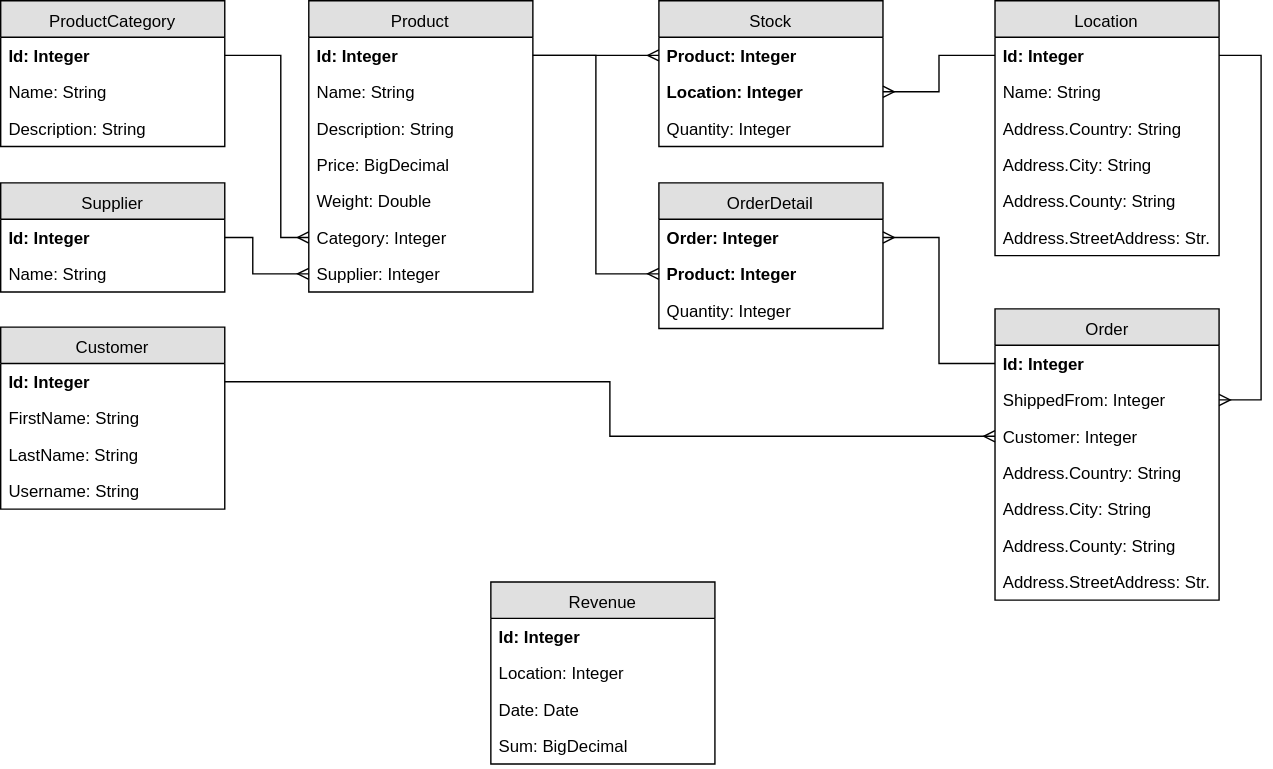
The draw.io diagram diagrams/data-model.svg in msg-CareerPaths/spring-training, before a commit. Source tidied: cells renumbered, new cells last; positions are measured from the earlier drawing's top-left corner, leaving out a move shared by most shapes.
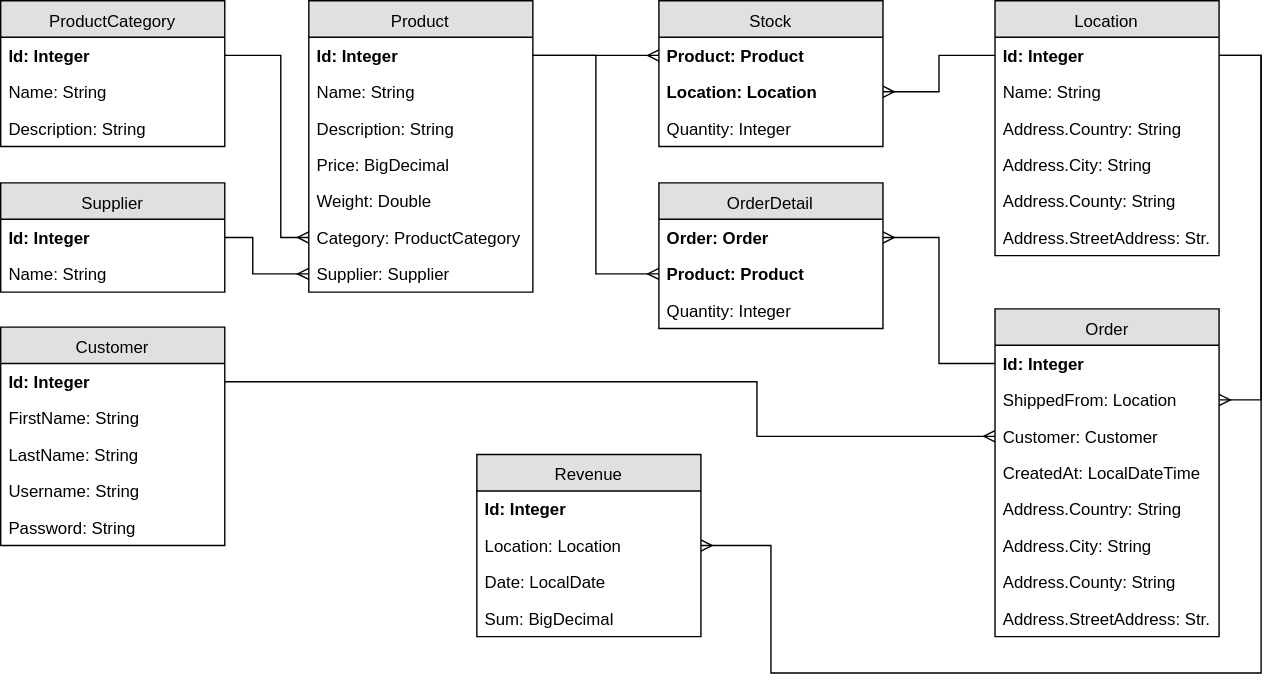
The same diagram one commit later.

Commit message:
Final adjustments to core chapters.

Change to the diagram source:
```diff
@@ -20,10 +20,10 @@
     <mxCell id="7" value="Weight: Double" style="text;strokeColor=none;fillColor=none;spacingLeft=4;spacingRight=4;overflow=hidden;" parent="2" vertex="1">
       <mxGeometry y="130" width="160" height="26" as="geometry" />
     </mxCell>
-    <mxCell id="8" value="Category: Integer" style="text;strokeColor=none;fillColor=none;spacingLeft=4;spacingRight=4;overflow=hidden;points=[[0,0.5],[1,0.5]];portConstraint=eastwest;" parent="2" vertex="1">
+    <mxCell id="8" value="Category: ProductCategory" style="text;strokeColor=none;fillColor=none;spacingLeft=4;spacingRight=4;overflow=hidden;points=[[0,0.5],[1,0.5]];portConstraint=eastwest;" parent="2" vertex="1">
       <mxGeometry y="156" width="160" height="26" as="geometry" />
     </mxCell>
-    <mxCell id="9" value="Supplier: Integer" style="text;strokeColor=none;fillColor=none;spacingLeft=4;spacingRight=4;overflow=hidden;points=[[0,0.5],[1,0.5]];portConstraint=eastwest;" parent="2" vertex="1">
+    <mxCell id="9" value="Supplier: Supplier" style="text;strokeColor=none;fillColor=none;spacingLeft=4;spacingRight=4;overflow=hidden;points=[[0,0.5],[1,0.5]];portConstraint=eastwest;" parent="2" vertex="1">
       <mxGeometry y="182" width="160" height="26" as="geometry" />
     </mxCell>
     <mxCell id="10" value="&lt;font face=&quot;Helvetica&quot;&gt;ProductCategory&lt;/font&gt;" style="swimlane;fontStyle=0;horizontal=1;startSize=26;fillColor=#e0e0e0;swimlaneFillColor=#ffffff;align=center;rounded=0;glass=0;labelBackgroundColor=none;strokeColor=#000000;strokeWidth=1;fontFamily=Times New Roman;fontSize=12;fontColor=#000000;html=1;" parent="1" vertex="1">
@@ -71,53 +71,56 @@
     <mxCell id="24" value="&lt;font face=&quot;Helvetica&quot;&gt;Stock&lt;/font&gt;" style="swimlane;fontStyle=0;horizontal=1;startSize=26;fillColor=#e0e0e0;swimlaneFillColor=#ffffff;align=center;rounded=0;glass=0;labelBackgroundColor=none;strokeColor=#000000;strokeWidth=1;fontFamily=Times New Roman;fontSize=12;fontColor=#000000;html=1;" parent="1" vertex="1">
       <mxGeometry x="470" width="160" height="104" as="geometry" />
     </mxCell>
-    <mxCell id="25" value="Product: Integer" style="text;strokeColor=none;fillColor=none;spacingLeft=4;spacingRight=4;overflow=hidden;points=[[0,0.5],[1,0.5]];portConstraint=eastwest;fontStyle=1;" parent="24" vertex="1">
+    <mxCell id="25" value="Product: Product" style="text;strokeColor=none;fillColor=none;spacingLeft=4;spacingRight=4;overflow=hidden;points=[[0,0.5],[1,0.5]];portConstraint=eastwest;fontStyle=1;" parent="24" vertex="1">
       <mxGeometry y="26" width="160" height="26" as="geometry" />
     </mxCell>
-    <mxCell id="26" value="Location: Integer" style="text;strokeColor=none;fillColor=none;spacingLeft=4;spacingRight=4;overflow=hidden;points=[[0,0.5],[1,0.5]];portConstraint=eastwest;fontStyle=1;" parent="24" vertex="1">
+    <mxCell id="26" value="Location: Location" style="text;strokeColor=none;fillColor=none;spacingLeft=4;spacingRight=4;overflow=hidden;points=[[0,0.5],[1,0.5]];portConstraint=eastwest;fontStyle=1;" parent="24" vertex="1">
       <mxGeometry y="52" width="160" height="26" as="geometry" />
     </mxCell>
     <mxCell id="27" value="Quantity: Integer" style="text;strokeColor=none;fillColor=none;spacingLeft=4;spacingRight=4;overflow=hidden;" parent="24" vertex="1">
       <mxGeometry y="78" width="160" height="26" as="geometry" />
     </mxCell>
     <mxCell id="28" value="&lt;font face=&quot;Helvetica&quot;&gt;Order&lt;/font&gt;" style="swimlane;fontStyle=0;horizontal=1;startSize=26;fillColor=#e0e0e0;swimlaneFillColor=#ffffff;align=center;rounded=0;glass=0;labelBackgroundColor=none;strokeColor=#000000;strokeWidth=1;fontFamily=Times New Roman;fontSize=12;fontColor=#000000;html=1;" parent="1" vertex="1">
-      <mxGeometry x="710" y="220" width="160" height="208" as="geometry" />
+      <mxGeometry x="710" y="220" width="160" height="234" as="geometry" />
     </mxCell>
     <mxCell id="29" value="Id: Integer" style="text;strokeColor=none;fillColor=none;spacingLeft=4;spacingRight=4;overflow=hidden;points=[[0,0.5],[1,0.5]];portConstraint=eastwest;fontStyle=1;" parent="28" vertex="1">
       <mxGeometry y="26" width="160" height="26" as="geometry" />
     </mxCell>
-    <mxCell id="30" value="ShippedFrom: Integer" style="text;strokeColor=none;fillColor=none;spacingLeft=4;spacingRight=4;overflow=hidden;points=[[0,0.5],[1,0.5]];portConstraint=eastwest;" parent="28" vertex="1">
+    <mxCell id="30" value="ShippedFrom: Location" style="text;strokeColor=none;fillColor=none;spacingLeft=4;spacingRight=4;overflow=hidden;points=[[0,0.5],[1,0.5]];portConstraint=eastwest;" parent="28" vertex="1">
       <mxGeometry y="52" width="160" height="26" as="geometry" />
     </mxCell>
-    <mxCell id="31" value="Customer: Integer" style="text;strokeColor=none;fillColor=none;spacingLeft=4;spacingRight=4;overflow=hidden;points=[[0,0.5],[1,0.5]];portConstraint=eastwest;" parent="28" vertex="1">
+    <mxCell id="31" value="Customer: Customer" style="text;strokeColor=none;fillColor=none;spacingLeft=4;spacingRight=4;overflow=hidden;points=[[0,0.5],[1,0.5]];portConstraint=eastwest;" parent="28" vertex="1">
       <mxGeometry y="78" width="160" height="26" as="geometry" />
     </mxCell>
+    <mxCell id="58" value="CreatedAt: LocalDateTime" style="text;strokeColor=none;fillColor=none;spacingLeft=4;spacingRight=4;overflow=hidden;" parent="28" vertex="1">
+      <mxGeometry y="104" width="160" height="26" as="geometry" />
+    </mxCell>
     <mxCell id="32" value="Address.Country: String" style="text;strokeColor=none;fillColor=none;spacingLeft=4;spacingRight=4;overflow=hidden;" parent="28" vertex="1">
-      <mxGeometry y="104" width="160" height="26" as="geometry" />
+      <mxGeometry y="130" width="160" height="26" as="geometry" />
     </mxCell>
     <mxCell id="33" value="Address.City: String" style="text;strokeColor=none;fillColor=none;spacingLeft=4;spacingRight=4;overflow=hidden;" parent="28" vertex="1">
-      <mxGeometry y="130" width="160" height="26" as="geometry" />
+      <mxGeometry y="156" width="160" height="26" as="geometry" />
     </mxCell>
     <mxCell id="34" value="Address.County: String" style="text;strokeColor=none;fillColor=none;spacingLeft=4;spacingRight=4;overflow=hidden;" parent="28" vertex="1">
-      <mxGeometry y="156" width="160" height="26" as="geometry" />
+      <mxGeometry y="182" width="160" height="26" as="geometry" />
     </mxCell>
     <mxCell id="35" value="Address.StreetAddress: Str." style="text;strokeColor=none;fillColor=none;spacingLeft=4;spacingRight=4;overflow=hidden;" parent="28" vertex="1">
-      <mxGeometry y="182" width="160" height="26" as="geometry" />
+      <mxGeometry y="208" width="160" height="26" as="geometry" />
     </mxCell>
     <mxCell id="36" value="&lt;font face=&quot;Helvetica&quot;&gt;OrderDetail&lt;/font&gt;" style="swimlane;fontStyle=0;horizontal=1;startSize=26;fillColor=#e0e0e0;swimlaneFillColor=#ffffff;align=center;rounded=0;glass=0;labelBackgroundColor=none;strokeColor=#000000;strokeWidth=1;fontFamily=Times New Roman;fontSize=12;fontColor=#000000;html=1;" parent="1" vertex="1">
       <mxGeometry x="470" y="130" width="160" height="104" as="geometry" />
     </mxCell>
-    <mxCell id="37" value="Order: Integer" style="text;strokeColor=none;fillColor=none;spacingLeft=4;spacingRight=4;overflow=hidden;points=[[0,0.5],[1,0.5]];portConstraint=eastwest;fontStyle=1;" parent="36" vertex="1">
+    <mxCell id="37" value="Order: Order" style="text;strokeColor=none;fillColor=none;spacingLeft=4;spacingRight=4;overflow=hidden;points=[[0,0.5],[1,0.5]];portConstraint=eastwest;fontStyle=1;" parent="36" vertex="1">
       <mxGeometry y="26" width="160" height="26" as="geometry" />
     </mxCell>
-    <mxCell id="38" value="Product: Integer" style="text;strokeColor=none;fillColor=none;spacingLeft=4;spacingRight=4;overflow=hidden;points=[[0,0.5],[1,0.5]];portConstraint=eastwest;fontStyle=1;" parent="36" vertex="1">
+    <mxCell id="38" value="Product: Product" style="text;strokeColor=none;fillColor=none;spacingLeft=4;spacingRight=4;overflow=hidden;points=[[0,0.5],[1,0.5]];portConstraint=eastwest;fontStyle=1;" parent="36" vertex="1">
       <mxGeometry y="52" width="160" height="26" as="geometry" />
     </mxCell>
     <mxCell id="39" value="Quantity: Integer" style="text;strokeColor=none;fillColor=none;spacingLeft=4;spacingRight=4;overflow=hidden;" parent="36" vertex="1">
       <mxGeometry y="78" width="160" height="26" as="geometry" />
     </mxCell>
     <mxCell id="40" value="&lt;font face=&quot;Helvetica&quot;&gt;Customer&lt;/font&gt;" style="swimlane;fontStyle=0;horizontal=1;startSize=26;fillColor=#e0e0e0;swimlaneFillColor=#ffffff;align=center;rounded=0;glass=0;labelBackgroundColor=none;strokeColor=#000000;strokeWidth=1;fontFamily=Times New Roman;fontSize=12;fontColor=#000000;html=1;" parent="1" vertex="1">
-      <mxGeometry y="233" width="160" height="130" as="geometry" />
+      <mxGeometry y="233" width="160" height="156" as="geometry" />
     </mxCell>
     <mxCell id="41" value="Id: Integer" style="text;strokeColor=none;fillColor=none;spacingLeft=4;spacingRight=4;overflow=hidden;points=[[0,0.5],[1,0.5]];portConstraint=eastwest;fontStyle=1;" parent="40" vertex="1">
       <mxGeometry y="26" width="160" height="26" as="geometry" />
@@ -128,8 +131,11 @@
     <mxCell id="43" value="LastName: String" style="text;strokeColor=none;fillColor=none;spacingLeft=4;spacingRight=4;overflow=hidden;" parent="40" vertex="1">
       <mxGeometry y="78" width="160" height="26" as="geometry" />
     </mxCell>
+    <mxCell id="59" value="Username: String" style="text;strokeColor=none;fillColor=none;spacingLeft=4;spacingRight=4;overflow=hidden;" parent="40" vertex="1">
+      <mxGeometry y="104" width="160" height="26" as="geometry" />
+    </mxCell>
-    <mxCell id="44" value="Username: String" style="text;strokeColor=none;fillColor=none;spacingLeft=4;spacingRight=4;overflow=hidden;" parent="40" vertex="1">
-      <mxGeometry y="104" width="160" height="26" as="geometry" />
+    <mxCell id="44" value="Password: String" style="text;strokeColor=none;fillColor=none;spacingLeft=4;spacingRight=4;overflow=hidden;" parent="40" vertex="1">
+      <mxGeometry y="130" width="160" height="26" as="geometry" />
     </mxCell>
     <mxCell id="45" style="edgeStyle=orthogonalEdgeStyle;rounded=0;comic=0;html=1;labelBackgroundColor=#EBEBEB;startArrow=none;startFill=0;endArrow=ERmany;endFill=0;jettySize=auto;strokeColor=#000000;strokeWidth=1;fontFamily=Times New Roman;fontSize=12;fontColor=#000000;" parent="1" edge="1" source="11" target="8">
       <mxGeometry relative="1" as="geometry">
@@ -165,25 +171,40 @@
       </mxGeometry>
     </mxCell>
     <mxCell id="51" style="edgeStyle=orthogonalEdgeStyle;rounded=0;comic=0;html=1;labelBackgroundColor=#EBEBEB;startArrow=none;startFill=0;endArrow=ERmany;endFill=0;jettySize=auto;strokeColor=#000000;strokeWidth=1;fontFamily=Times New Roman;fontSize=12;fontColor=#000000;" parent="1" edge="1" source="41" target="31">
-      <mxGeometry relative="1" as="geometry" />
+      <mxGeometry relative="1" as="geometry">
+        <Array as="points">
+          <mxPoint x="540" y="272" />
+          <mxPoint x="540" y="311" />
+        </Array>
+      </mxGeometry>
     </mxCell>
     <mxCell id="52" style="edgeStyle=orthogonalEdgeStyle;rounded=0;comic=0;html=1;labelBackgroundColor=#EBEBEB;startArrow=none;startFill=0;endArrow=ERmany;endFill=0;jettySize=auto;strokeColor=#000000;strokeWidth=1;fontFamily=Times New Roman;fontSize=12;fontColor=#000000;" parent="1" edge="1" source="29" target="37">
       <mxGeometry relative="1" as="geometry" />
     </mxCell>
     <mxCell id="53" value="&lt;font face=&quot;Helvetica&quot;&gt;Revenue&lt;/font&gt;" style="swimlane;fontStyle=0;horizontal=1;startSize=26;fillColor=#e0e0e0;swimlaneFillColor=#ffffff;align=center;rounded=0;glass=0;labelBackgroundColor=none;strokeColor=#000000;strokeWidth=1;fontFamily=Times New Roman;fontSize=12;fontColor=#000000;html=1;" parent="1" vertex="1">
-      <mxGeometry x="350" y="415" width="160" height="130" as="geometry" />
+      <mxGeometry x="340" y="324" width="160" height="130" as="geometry" />
     </mxCell>
     <mxCell id="54" value="Id: Integer" style="text;strokeColor=none;fillColor=none;spacingLeft=4;spacingRight=4;overflow=hidden;fontStyle=1;" parent="53" vertex="1">
       <mxGeometry y="26" width="160" height="26" as="geometry" />
     </mxCell>
-    <mxCell id="55" value="Location: Integer" style="text;strokeColor=none;fillColor=none;spacingLeft=4;spacingRight=4;overflow=hidden;points=[[0,0.5],[1,0.5]];portConstraint=eastwest;" parent="53" vertex="1">
+    <mxCell id="55" value="Location: Location" style="text;strokeColor=none;fillColor=none;spacingLeft=4;spacingRight=4;overflow=hidden;points=[[0,0.5],[1,0.5]];portConstraint=eastwest;" parent="53" vertex="1">
       <mxGeometry y="52" width="160" height="26" as="geometry" />
     </mxCell>
-    <mxCell id="56" value="Date: Date" style="text;strokeColor=none;fillColor=none;spacingLeft=4;spacingRight=4;overflow=hidden;" parent="53" vertex="1">
+    <mxCell id="56" value="Date: LocalDate" style="text;strokeColor=none;fillColor=none;spacingLeft=4;spacingRight=4;overflow=hidden;" parent="53" vertex="1">
       <mxGeometry y="78" width="160" height="26" as="geometry" />
     </mxCell>
     <mxCell id="57" value="Sum: BigDecimal" style="text;strokeColor=none;fillColor=none;spacingLeft=4;spacingRight=4;overflow=hidden;" parent="53" vertex="1">
       <mxGeometry y="104" width="160" height="26" as="geometry" />
     </mxCell>
+    <mxCell id="60" style="edgeStyle=orthogonalEdgeStyle;rounded=0;jettySize=auto;html=1;entryX=1;entryY=0.5;entryDx=0;entryDy=0;endArrow=ERmany;endFill=0;" parent="1" edge="1" source="15" target="55">
+      <mxGeometry relative="1" as="geometry">
+        <Array as="points">
+          <mxPoint x="900" y="39" />
+          <mxPoint x="900" y="480" />
+          <mxPoint x="550" y="480" />
+          <mxPoint x="550" y="389" />
+        </Array>
+      </mxGeometry>
+    </mxCell>
   </root>
 </mxGraphModel>
```
